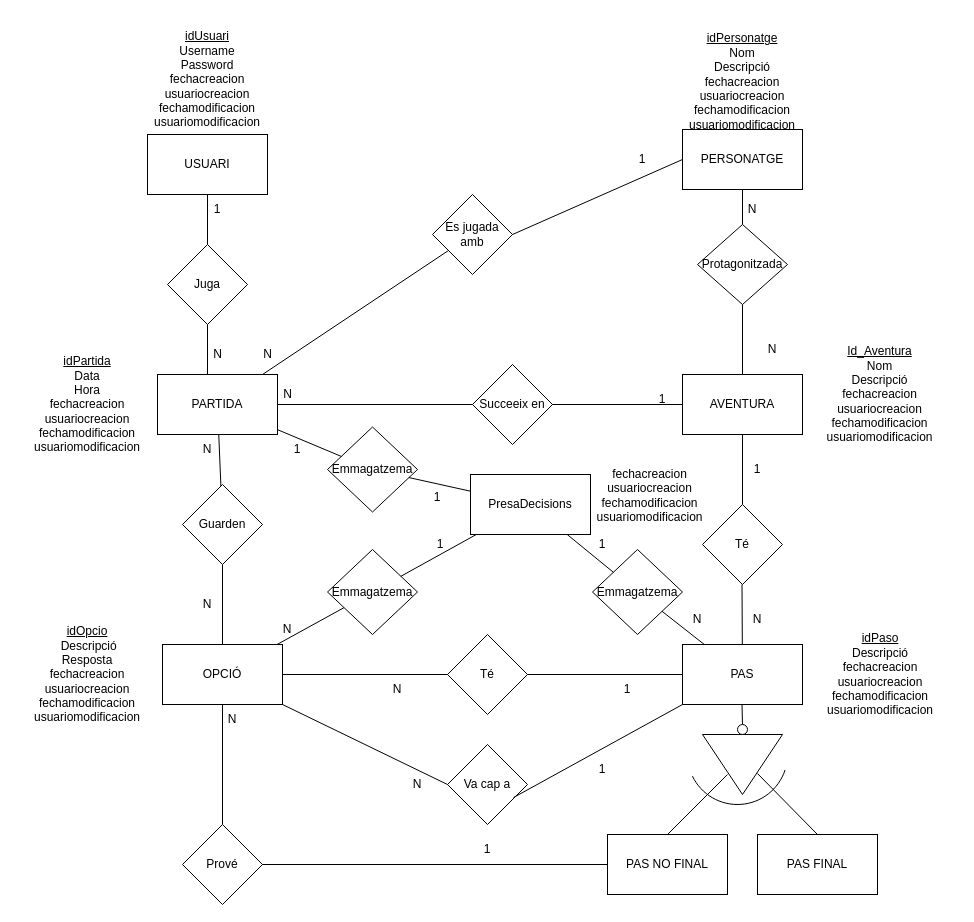
Before: M2/DIAGRAMA_BDD.drawio in raul-garcia-sanchez/Proyecto1DAW, a draw.io diagram. Source tidied: cells renumbered, new cells numbered last; positions are measured from the earlier drawing's top-left corner, leaving out a move shared by most shapes. Both pictures are drawn from the tidied source at 100%, with x=0, y=0 at pixel (17, 29).
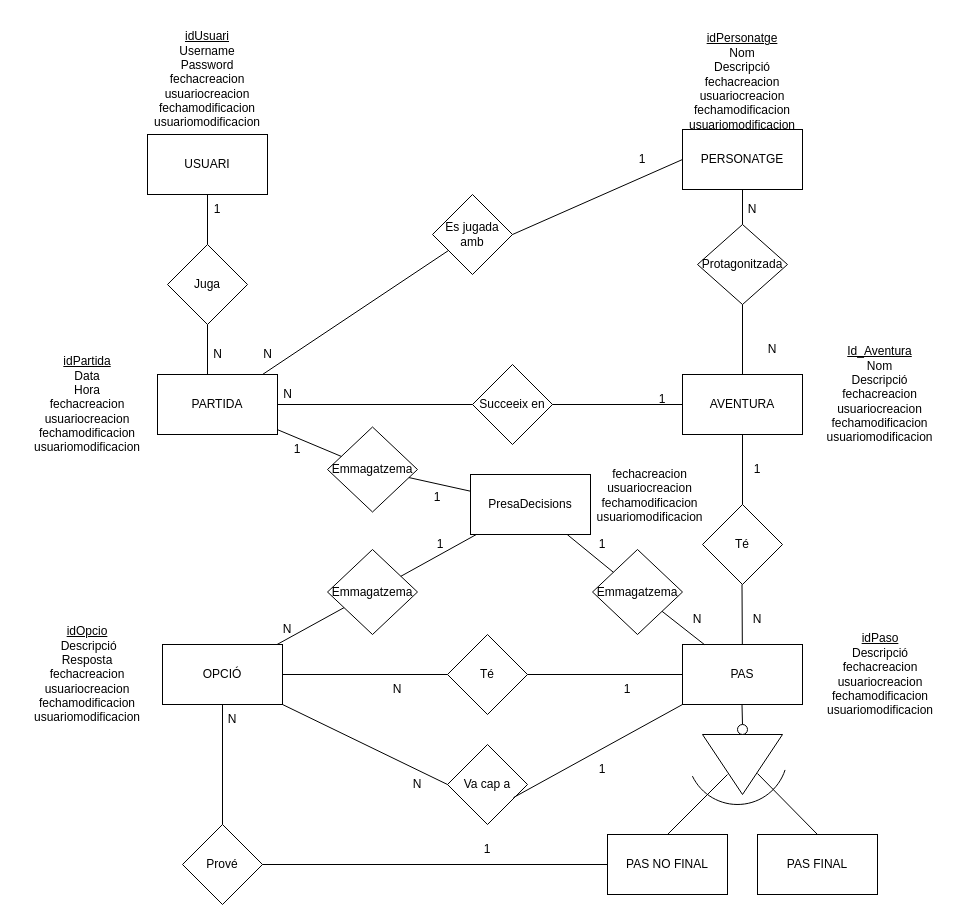
Above is the later version.

Unchanged cells that the change refers to:
```xml
<mxCell id="9" value="PARTIDA" style="rounded=0;whiteSpace=wrap;html=1;" parent="1" vertex="1">
  <mxGeometry x="140" y="345" width="120" height="60" as="geometry" />
</mxCell>
<mxCell id="23" value="OPCIÓ" style="rounded=0;whiteSpace=wrap;html=1;" parent="1" vertex="1">
  <mxGeometry x="145" y="615" width="120" height="60" as="geometry" />
</mxCell>
```

What changed in the source:
```diff
@@
-    <mxCell id="33" value="Guarden" style="rhombus;whiteSpace=wrap;html=1;" parent="1" vertex="1">
-      <mxGeometry x="165" y="455" width="80" height="80" as="geometry" />
-    </mxCell>
-    <mxCell id="34" style="endArrow=none;html=1;rounded=0;" parent="1" edge="1" source="33" target="9">
-      <mxGeometry relative="1" as="geometry" />
-    </mxCell>
-    <mxCell id="35" style="endArrow=none;html=1;rounded=0;exitX=0.5;exitY=0;exitDx=0;exitDy=0;entryX=0.5;entryY=1;entryDx=0;entryDy=0;" parent="1" edge="1" source="23" target="33">
-      <mxGeometry relative="1" as="geometry" />
-    </mxCell>
-    <mxCell id="36" value="N" style="text;html=1;strokeColor=none;fillColor=none;align=center;verticalAlign=middle;whiteSpace=wrap;rounded=0;" parent="1" vertex="1">
-      <mxGeometry x="160" y="405" width="60" height="30" as="geometry" />
-    </mxCell>
-    <mxCell id="37" value="N" style="text;html=1;strokeColor=none;fillColor=none;align=center;verticalAlign=middle;whiteSpace=wrap;rounded=0;" parent="1" vertex="1">
-      <mxGeometry x="160" y="559.5" width="60" height="30" as="geometry" />
-    </mxCell>
```
